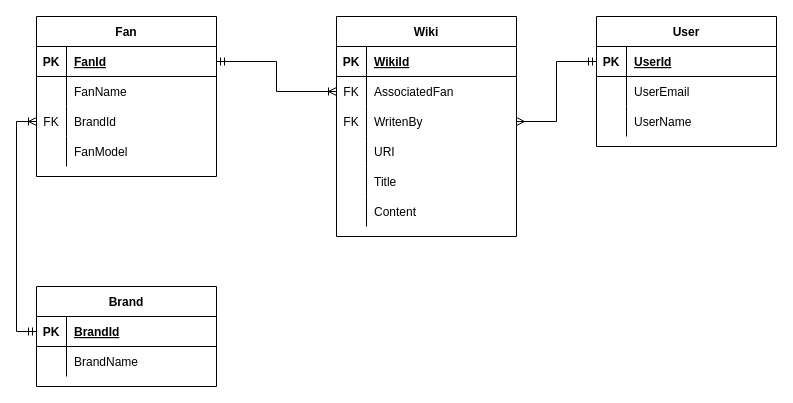
The draw.io diagram Database/ERD.drawio in WesselBBD/Grad-WebLevelUp, before the edit. Source tidied: cells renumbered, new cells numbered last; positions are measured from the earlier drawing's top-left corner, leaving out a move shared by most shapes. Both pictures are drawn from the tidied source at 100%, with x=0, y=0 at pixel (36, 16).
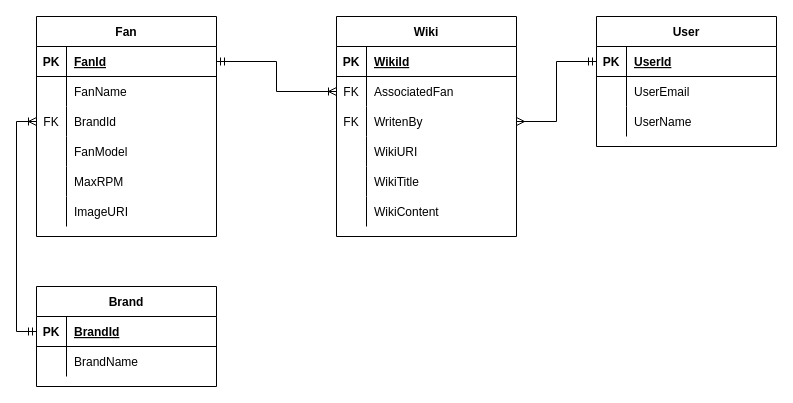
Above is the later version.

The change refers to these unchanged cells:
```xml
<mxCell id="35" style="shape=tableRow;horizontal=0;startSize=0;swimlaneHead=0;swimlaneBody=0;fillColor=none;top=0;left=0;right=0;bottom=0;" parent="25" vertex="1">
  <mxGeometry y="120" width="180" height="30" as="geometry" />
</mxCell>
<mxCell id="38" style="shape=tableRow;horizontal=0;startSize=0;swimlaneHead=0;swimlaneBody=0;fillColor=none;top=0;left=0;right=0;bottom=0;" parent="25" vertex="1">
  <mxGeometry y="150" width="180" height="30" as="geometry" />
</mxCell>
<mxCell id="41" style="shape=tableRow;horizontal=0;startSize=0;swimlaneHead=0;swimlaneBody=0;fillColor=none;top=0;left=0;right=0;bottom=0;" parent="25" vertex="1">
  <mxGeometry y="180" width="180" height="30" as="geometry" />
</mxCell>
```

Diff of the diagram source:
```diff
@@
     <mxCell id="12" value="Fan" style="shape=table;startSize=30;childLayout=tableLayout;rowLines=0;fontStyle=1;align=center;" parent="1" vertex="1">
-      <mxGeometry width="180" height="160" as="geometry" />
+      <mxGeometry width="180" height="220" as="geometry" />
     </mxCell>
@@
+    <mxCell id="54" style="shape=tableRow;horizontal=0;startSize=0;swimlaneHead=0;swimlaneBody=0;fillColor=none;top=0;left=0;right=0;bottom=0;" parent="12" vertex="1">
+      <mxGeometry y="150" width="180" height="30" as="geometry" />
+    </mxCell>
+    <mxCell id="55" style="shape=partialRectangle;fillColor=none;top=0;left=0;bottom=0;right=0;overflow=hidden;" parent="54" vertex="1">
+      <mxGeometry width="30" height="30" as="geometry" />
+    </mxCell>
+    <mxCell id="56" value="MaxRPM" style="shape=partialRectangle;fillColor=none;top=0;left=0;bottom=0;right=0;align=left;spacingLeft=6;overflow=hidden;" parent="54" vertex="1">
+      <mxGeometry x="30" width="150" height="30" as="geometry" />
+    </mxCell>
+    <mxCell id="57" style="shape=tableRow;horizontal=0;startSize=0;swimlaneHead=0;swimlaneBody=0;fillColor=none;top=0;left=0;right=0;bottom=0;" parent="12" vertex="1">
+      <mxGeometry y="180" width="180" height="30" as="geometry" />
+    </mxCell>
+    <mxCell id="58" style="shape=partialRectangle;fillColor=none;top=0;left=0;bottom=0;right=0;overflow=hidden;" parent="57" vertex="1">
+      <mxGeometry width="30" height="30" as="geometry" />
+    </mxCell>
+    <mxCell id="59" value="ImageURI" style="shape=partialRectangle;fillColor=none;top=0;left=0;bottom=0;right=0;align=left;spacingLeft=6;overflow=hidden;" parent="57" vertex="1">
+      <mxGeometry x="30" width="150" height="30" as="geometry" />
+    </mxCell>
@@
-    <mxCell id="37" value="URI" style="shape=partialRectangle;fillColor=none;top=0;left=0;bottom=0;right=0;align=left;spacingLeft=6;overflow=hidden;" parent="35" vertex="1">
+    <mxCell id="37" value="WikiURI" style="shape=partialRectangle;fillColor=none;top=0;left=0;bottom=0;right=0;align=left;spacingLeft=6;overflow=hidden;" parent="35" vertex="1">
       <mxGeometry x="30" width="150" height="30" as="geometry" />
     </mxCell>
@@
-    <mxCell id="40" value="Title" style="shape=partialRectangle;fillColor=none;top=0;left=0;bottom=0;right=0;align=left;spacingLeft=6;overflow=hidden;" parent="38" vertex="1">
+    <mxCell id="40" value="WikiTitle" style="shape=partialRectangle;fillColor=none;top=0;left=0;bottom=0;right=0;align=left;spacingLeft=6;overflow=hidden;" parent="38" vertex="1">
       <mxGeometry x="30" width="150" height="30" as="geometry" />
     </mxCell>
@@
-    <mxCell id="43" value="Content" style="shape=partialRectangle;fillColor=none;top=0;left=0;bottom=0;right=0;align=left;spacingLeft=6;overflow=hidden;" parent="41" vertex="1">
+    <mxCell id="43" value="WikiContent" style="shape=partialRectangle;fillColor=none;top=0;left=0;bottom=0;right=0;align=left;spacingLeft=6;overflow=hidden;" parent="41" vertex="1">
       <mxGeometry x="30" width="150" height="30" as="geometry" />
     </mxCell>
```
